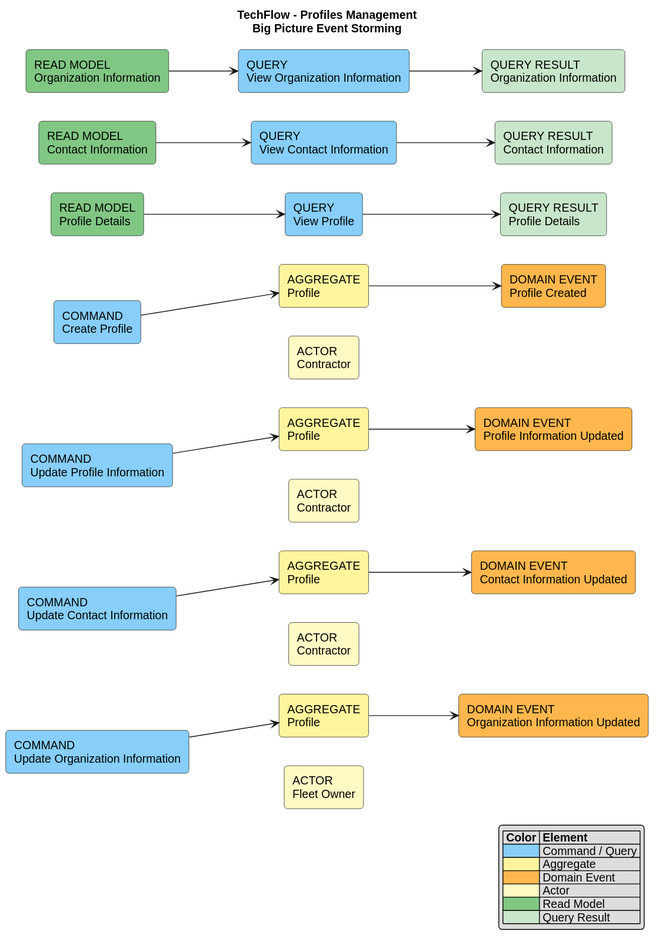
Above: assets/architecture/event-storming-rendered/profiles-management-design-level.svg in TechnoLoad-TechFlow/TechFlow (PlantUML), before the change. Source of this version:
```plantuml
@startuml
title TechFlow - Profiles Management\nBig Picture Event Storming

left to right direction
skinparam shadowing false
skinparam roundcorner 8
skinparam defaultFontName Arial


rectangle "COMMAND\nCreate Profile" as CMD_CREATE_PROFILE #87CEFA
rectangle "AGGREGATE\nProfile" as AGG_CREATE_PROFILE #FFF59D
rectangle "ACTOR\nContractor" as ACT_CREATE_PROFILE #FFF9C4
rectangle "COMMAND\nUpdate Profile Information" as CMD_UPDATE_PROFILE #87CEFA
rectangle "AGGREGATE\nProfile" as AGG_UPDATE_PROFILE #FFF59D
rectangle "ACTOR\nContractor" as ACT_UPDATE_PROFILE #FFF9C4
rectangle "COMMAND\nUpdate Contact Information" as CMD_UPDATE_CONTACT #87CEFA
rectangle "AGGREGATE\nProfile" as AGG_UPDATE_CONTACT #FFF59D
rectangle "ACTOR\nContractor" as ACT_UPDATE_CONTACT #FFF9C4
rectangle "COMMAND\nUpdate Organization Information" as CMD_UPDATE_ORG #87CEFA
rectangle "AGGREGATE\nProfile" as AGG_UPDATE_ORG #FFF59D
rectangle "ACTOR\nFleet Owner" as ACT_UPDATE_ORG #FFF9C4

rectangle "DOMAIN EVENT\nProfile Created" as EVT_PROFILE_CREATED #FFB74D
rectangle "DOMAIN EVENT\nProfile Information Updated" as EVT_PROFILE_UPDATED #FFB74D
rectangle "DOMAIN EVENT\nContact Information Updated" as EVT_CONTACT_UPDATED #FFB74D
rectangle "DOMAIN EVENT\nOrganization Information Updated" as EVT_ORG_UPDATED #FFB74D

rectangle "READ MODEL\nProfile Details" as READ_PROFILE #81C784
rectangle "QUERY\nView Profile" as QUERY_PROFILE #87CEFA
rectangle "QUERY RESULT\nProfile Details" as RESULT_PROFILE #C8E6C9

rectangle "READ MODEL\nContact Information" as READ_CONTACT #81C784
rectangle "QUERY\nView Contact Information" as QUERY_CONTACT #87CEFA
rectangle "QUERY RESULT\nContact Information" as RESULT_CONTACT #C8E6C9

rectangle "READ MODEL\nOrganization Information" as READ_ORG #81C784
rectangle "QUERY\nView Organization Information" as QUERY_ORG #87CEFA
rectangle "QUERY RESULT\nOrganization Information" as RESULT_ORG #C8E6C9


CMD_CREATE_PROFILE --> AGG_CREATE_PROFILE
AGG_CREATE_PROFILE --> EVT_PROFILE_CREATED
ACT_CREATE_PROFILE -[hidden]up-> CMD_CREATE_PROFILE

CMD_UPDATE_PROFILE --> AGG_UPDATE_PROFILE
AGG_UPDATE_PROFILE --> EVT_PROFILE_UPDATED
ACT_UPDATE_PROFILE -[hidden]up-> CMD_UPDATE_PROFILE

CMD_UPDATE_CONTACT --> AGG_UPDATE_CONTACT
AGG_UPDATE_CONTACT --> EVT_CONTACT_UPDATED
ACT_UPDATE_CONTACT -[hidden]up-> CMD_UPDATE_CONTACT

CMD_UPDATE_ORG --> AGG_UPDATE_ORG
AGG_UPDATE_ORG --> EVT_ORG_UPDATED
ACT_UPDATE_ORG -[hidden]up-> CMD_UPDATE_ORG


READ_PROFILE --> QUERY_PROFILE
QUERY_PROFILE --> RESULT_PROFILE
READ_CONTACT --> QUERY_CONTACT
QUERY_CONTACT --> RESULT_CONTACT
READ_ORG --> QUERY_ORG
QUERY_ORG --> RESULT_ORG

legend right
|= Color |= Element |
|<#87CEFA>| Command / Query |
|<#FFF59D>| Aggregate |
|<#FFB74D>| Domain Event |
|<#FFF9C4>| Actor |
|<#81C784>| Read Model |
|<#C8E6C9>| Query Result |
endlegend
@enduml
```
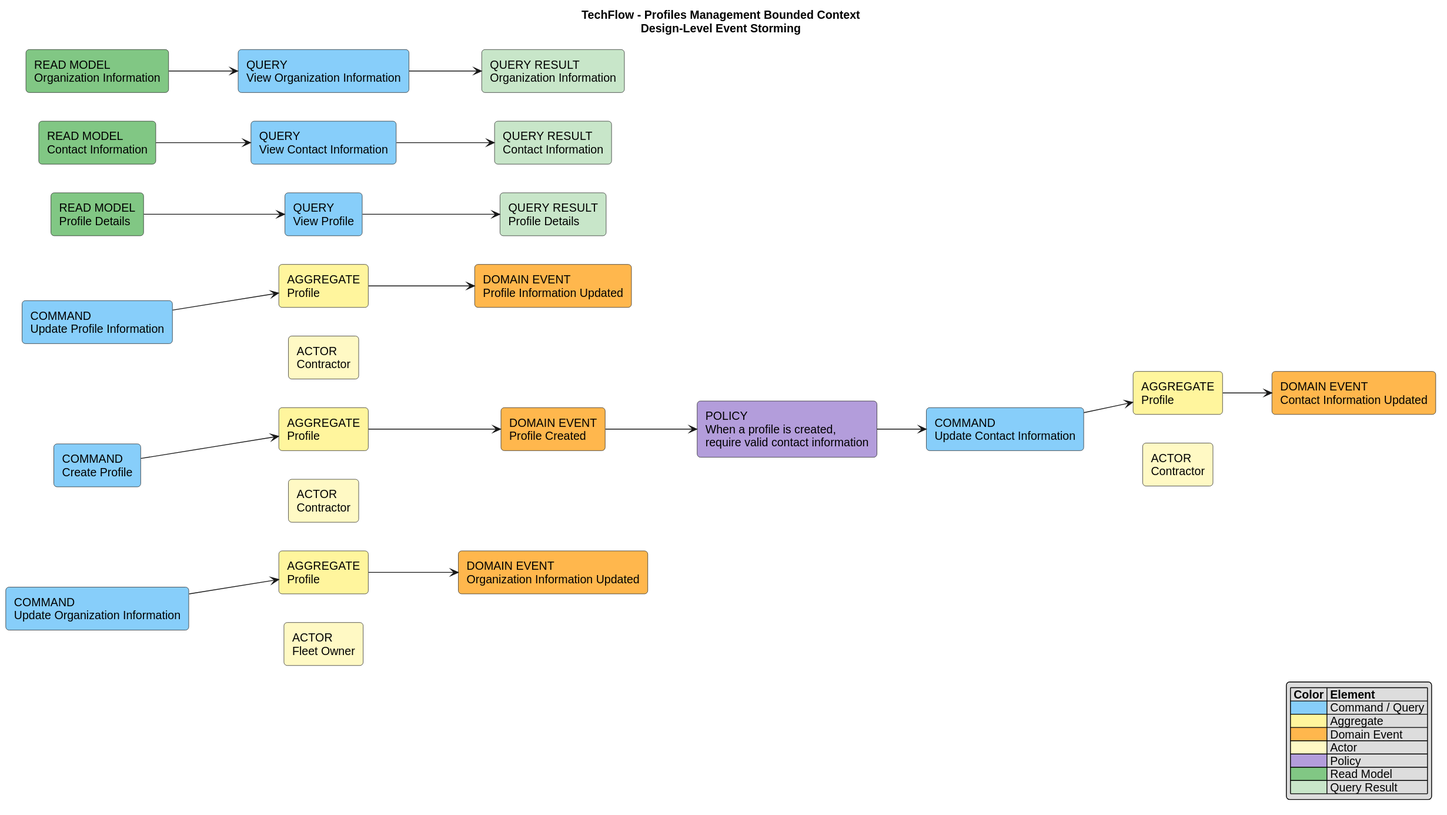
After the change.

The edit, as a diff of the source:
```diff
@@ -1,5 +1,5 @@
 @startuml
-title TechFlow - Profiles Management\nBig Picture Event Storming
+title TechFlow - Profiles Management Bounded Context\nDesign-Level Event Storming
 
 left to right direction
 skinparam shadowing false
@@ -24,6 +24,8 @@
 rectangle "DOMAIN EVENT\nProfile Information Updated" as EVT_PROFILE_UPDATED #FFB74D
 rectangle "DOMAIN EVENT\nContact Information Updated" as EVT_CONTACT_UPDATED #FFB74D
 rectangle "DOMAIN EVENT\nOrganization Information Updated" as EVT_ORG_UPDATED #FFB74D
+
+rectangle "POLICY\nWhen a profile is created,\nrequire valid contact information" as POL_REQUIRE_CONTACT #B39DDB
 
 rectangle "READ MODEL\nProfile Details" as READ_PROFILE #81C784
 rectangle "QUERY\nView Profile" as QUERY_PROFILE #87CEFA
@@ -54,6 +56,9 @@
 AGG_UPDATE_ORG --> EVT_ORG_UPDATED
 ACT_UPDATE_ORG -[hidden]up-> CMD_UPDATE_ORG
 
+EVT_PROFILE_CREATED --> POL_REQUIRE_CONTACT
+POL_REQUIRE_CONTACT --> CMD_UPDATE_CONTACT
+
 
 READ_PROFILE --> QUERY_PROFILE
 QUERY_PROFILE --> RESULT_PROFILE
@@ -68,6 +73,7 @@
 |<#FFF59D>| Aggregate |
 |<#FFB74D>| Domain Event |
 |<#FFF9C4>| Actor |
+|<#B39DDB>| Policy |
 |<#81C784>| Read Model |
 |<#C8E6C9>| Query Result |
 endlegend
```
